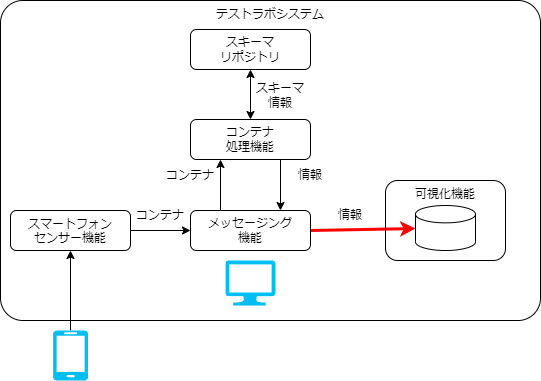
This is docs/testlab_system/environment/overview_target3.drawio.png from data-container-for-wearable-sensor/StartGuide, a draw.io export, as it was before one commit. Source tidied: cells renumbered, new cells last; positions are measured from the earlier drawing's top-left corner, leaving out a move shared by most shapes.
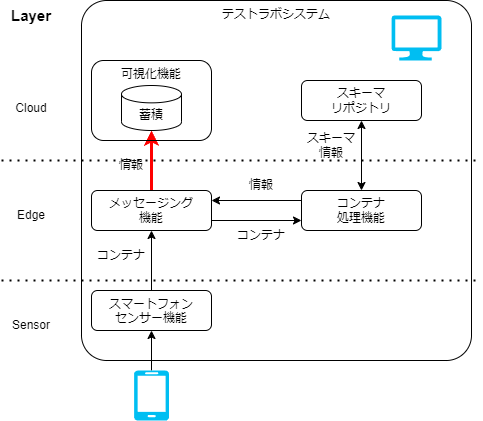
After the change.

Diff of the diagram source:
```diff
@@ -3,64 +3,88 @@
     <mxCell id="0" />
     <mxCell id="1" parent="0" />
     <mxCell id="2" value="テストラボシステム" style="rounded=1;whiteSpace=wrap;html=1;fillColor=none;align=center;verticalAlign=top;arcSize=7;" parent="1" vertex="1">
-      <mxGeometry width="540" height="320" as="geometry" />
+      <mxGeometry x="120" y="-20" width="390" height="360" as="geometry" />
     </mxCell>
-    <mxCell id="3" style="edgeStyle=none;html=1;exitX=1;exitY=0.5;exitDx=0;exitDy=0;strokeColor=#FF0000;strokeWidth=3;" parent="1" edge="1" source="6" target="21">
-      <mxGeometry relative="1" as="geometry" />
-    </mxCell>
+    <mxCell id="5" style="edgeStyle=none;html=1;" parent="1" edge="1" source="4" target="6">
+      <mxGeometry relative="1" as="geometry" />
+    </mxCell>
-    <mxCell id="4" value="&lt;span style=&quot;border-color: var(--border-color);&quot;&gt;スマートフォン&lt;/span&gt;&lt;br style=&quot;border-color: var(--border-color);&quot;&gt;&lt;span style=&quot;border-color: var(--border-color);&quot;&gt;センサー機能&lt;/span&gt;" style="rounded=1;whiteSpace=wrap;html=1;fillColor=none;verticalAlign=top;strokeColor=#000000;shadow=0;" parent="1" vertex="1">
-      <mxGeometry x="10" y="210" width="120" height="40" as="geometry" />
+    <mxCell id="4" value="&lt;span style=&quot;border-color: var(--border-color);&quot;&gt;スマートフォン&lt;/span&gt;&lt;br style=&quot;border-color: var(--border-color);&quot;&gt;&lt;span style=&quot;border-color: var(--border-color);&quot;&gt;センサー機能&lt;/span&gt;" style="rounded=1;whiteSpace=wrap;html=1;fillColor=none;verticalAlign=top;" parent="1" vertex="1">
+      <mxGeometry x="130" y="270" width="120" height="40" as="geometry" />
     </mxCell>
-    <mxCell id="5" style="edgeStyle=none;html=1;entryX=0;entryY=0.5;entryDx=0;entryDy=0;" parent="1" edge="1" source="4" target="6">
-      <mxGeometry relative="1" as="geometry" />
-    </mxCell>
+    <mxCell id="22" style="edgeStyle=none;html=1;strokeColor=#FF0000;strokeWidth=3;" parent="1" edge="1" source="6" target="25">
+      <mxGeometry relative="1" as="geometry" />
+    </mxCell>
-    <mxCell id="6" value="メッセージング&lt;br&gt;機能" style="rounded=1;whiteSpace=wrap;html=1;fillColor=none;strokeColor=#000000;shadow=0;" parent="1" vertex="1">
-      <mxGeometry x="190" y="210" width="120" height="40" as="geometry" />
+    <mxCell id="6" value="メッセージング&lt;br&gt;機能" style="rounded=1;whiteSpace=wrap;html=1;fillColor=none;" parent="1" vertex="1">
+      <mxGeometry x="130" y="170" width="120" height="40" as="geometry" />
     </mxCell>
     <mxCell id="7" value="コンテナ&lt;br&gt;処理機能" style="rounded=1;whiteSpace=wrap;html=1;fillColor=none;" parent="1" vertex="1">
-      <mxGeometry x="190" y="119" width="120" height="40" as="geometry" />
+      <mxGeometry x="340" y="170" width="120" height="40" as="geometry" />
     </mxCell>
-    <mxCell id="8" value="情報" style="text;html=1;strokeColor=none;fillColor=none;align=center;verticalAlign=middle;whiteSpace=wrap;rounded=0;" parent="1" vertex="1">
-      <mxGeometry x="320" y="200" width="60" height="30" as="geometry" />
-    </mxCell>
-    <mxCell id="9" value="コンテナ" style="text;html=1;strokeColor=none;fillColor=none;align=center;verticalAlign=middle;whiteSpace=wrap;rounded=0;" parent="1" vertex="1">
-      <mxGeometry x="130" y="200" width="60" height="30" as="geometry" />
-    </mxCell>
+    <mxCell id="23" value="情報" style="text;html=1;strokeColor=none;fillColor=none;align=center;verticalAlign=middle;whiteSpace=wrap;rounded=0;" parent="1" vertex="1">
+      <mxGeometry x="140" y="130" width="60" height="30" as="geometry" />
+    </mxCell>
+    <mxCell id="24" value="コンテナ" style="text;html=1;strokeColor=none;fillColor=none;align=center;verticalAlign=middle;whiteSpace=wrap;rounded=0;" parent="1" vertex="1">
+      <mxGeometry x="130" y="220" width="60" height="30" as="geometry" />
+    </mxCell>
-    <mxCell id="10" style="endArrow=classic;html=1;exitX=0.25;exitY=0;exitDx=0;exitDy=0;entryX=0.25;entryY=1;entryDx=0;entryDy=0;" parent="1" edge="1" source="6" target="7">
+    <mxCell id="10" style="endArrow=classic;html=1;exitX=1;exitY=0.75;exitDx=0;exitDy=0;entryX=0;entryY=0.75;entryDx=0;entryDy=0;" parent="1" edge="1" source="6" target="7">
       <mxGeometry relative="1" as="geometry" />
     </mxCell>
-    <mxCell id="11" style="endArrow=classic;html=1;exitX=0.75;exitY=1;exitDx=0;exitDy=0;entryX=0.75;entryY=0;entryDx=0;entryDy=0;" parent="1" edge="1" source="7" target="6">
+    <mxCell id="11" style="endArrow=classic;html=1;exitX=0;exitY=0.25;exitDx=0;exitDy=0;entryX=1;entryY=0.25;entryDx=0;entryDy=0;" parent="1" edge="1" source="7" target="6">
       <mxGeometry relative="1" as="geometry" />
     </mxCell>
     <mxCell id="12" value="スキーマ&lt;br&gt;リポジトリ" style="rounded=1;whiteSpace=wrap;html=1;fillColor=none;" parent="1" vertex="1">
-      <mxGeometry x="190" y="29" width="120" height="40" as="geometry" />
+      <mxGeometry x="340" y="60" width="120" height="40" as="geometry" />
     </mxCell>
-    <mxCell id="13" value="コンテナ" style="text;html=1;strokeColor=none;fillColor=none;align=center;verticalAlign=middle;whiteSpace=wrap;rounded=0;" parent="1" vertex="1">
-      <mxGeometry x="160" y="160" width="60" height="30" as="geometry" />
-    </mxCell>
-    <mxCell id="14" value="情報" style="text;html=1;strokeColor=none;fillColor=none;align=center;verticalAlign=middle;whiteSpace=wrap;rounded=0;" parent="1" vertex="1">
-      <mxGeometry x="280" y="160" width="60" height="30" as="geometry" />
-    </mxCell>
+    <mxCell id="25" value="蓄積" style="shape=cylinder3;whiteSpace=wrap;html=1;boundedLbl=1;backgroundOutline=1;size=8.676963806152344;" parent="1" vertex="1">
+      <mxGeometry x="160" y="65" width="60" height="45" as="geometry" />
+    </mxCell>
+    <mxCell id="26" value="コンテナ" style="text;html=1;strokeColor=none;fillColor=none;align=center;verticalAlign=middle;whiteSpace=wrap;rounded=0;" parent="1" vertex="1">
+      <mxGeometry x="270" y="200" width="60" height="30" as="geometry" />
+    </mxCell>
+    <mxCell id="27" value="情報" style="text;html=1;strokeColor=none;fillColor=none;align=center;verticalAlign=middle;whiteSpace=wrap;rounded=0;" parent="1" vertex="1">
+      <mxGeometry x="270" y="150" width="60" height="30" as="geometry" />
+    </mxCell>
     <mxCell id="15" value="スキーマ情報" style="text;html=1;strokeColor=none;fillColor=none;align=center;verticalAlign=middle;whiteSpace=wrap;rounded=0;" parent="1" vertex="1">
-      <mxGeometry x="250" y="80" width="60" height="30" as="geometry" />
+      <mxGeometry x="340" y="110" width="60" height="30" as="geometry" />
     </mxCell>
     <mxCell id="16" style="endArrow=classic;startArrow=classic;html=1;entryX=0.5;entryY=1;entryDx=0;entryDy=0;exitX=0.5;exitY=0;exitDx=0;exitDy=0;" parent="1" edge="1" source="7" target="12">
       <mxGeometry relative="1" as="geometry" />
     </mxCell>
-    <mxCell id="17" style="edgeStyle=none;html=1;" parent="1" edge="1" source="18" target="4">
-      <mxGeometry relative="1" as="geometry" />
-    </mxCell>
-    <mxCell id="18" style="verticalLabelPosition=bottom;html=1;verticalAlign=top;align=center;strokeColor=none;fillColor=#00BEF2;shape=mxgraph.azure.mobile;" parent="1" vertex="1">
-      <mxGeometry x="52.5" y="330" width="35" height="50" as="geometry" />
-    </mxCell>
-    <mxCell id="19" style="verticalLabelPosition=bottom;html=1;verticalAlign=top;align=center;strokeColor=none;fillColor=#00BEF2;shape=mxgraph.azure.computer;" parent="1" vertex="1">
-      <mxGeometry x="225" y="260" width="50" height="45" as="geometry" />
-    </mxCell>
+    <mxCell id="28" style="edgeStyle=none;html=1;" parent="1" edge="1" source="29" target="4">
+      <mxGeometry relative="1" as="geometry" />
+    </mxCell>
+    <mxCell id="29" style="verticalLabelPosition=bottom;html=1;verticalAlign=top;align=center;strokeColor=none;fillColor=#00BEF2;shape=mxgraph.azure.mobile;" parent="1" vertex="1">
+      <mxGeometry x="172.5" y="350" width="35" height="50" as="geometry" />
+    </mxCell>
+    <mxCell id="30" style="verticalLabelPosition=bottom;html=1;verticalAlign=top;align=center;strokeColor=none;fillColor=#00BEF2;shape=mxgraph.azure.computer;" parent="1" vertex="1">
+      <mxGeometry x="430" y="-5" width="50" height="45" as="geometry" />
+    </mxCell>
     <mxCell id="20" value="可視化機能" style="rounded=1;whiteSpace=wrap;html=1;fillColor=none;verticalAlign=top;" parent="1" vertex="1">
-      <mxGeometry x="385" y="180" width="120" height="80" as="geometry" />
+      <mxGeometry x="130" y="40" width="120" height="80" as="geometry" />
     </mxCell>
-    <mxCell id="21" style="shape=cylinder3;whiteSpace=wrap;html=1;boundedLbl=1;backgroundOutline=1;size=8.676963806152344;" parent="1" vertex="1">
-      <mxGeometry x="415" y="205" width="60" height="45" as="geometry" />
-    </mxCell>
+    <mxCell id="31" style="endArrow=none;dashed=1;html=1;dashPattern=1 3;strokeWidth=2;" parent="1" edge="1">
+      <mxGeometry relative="1" as="geometry">
+        <mxPoint x="40" y="140" as="sourcePoint" />
+        <mxPoint x="520" y="140" as="targetPoint" />
+      </mxGeometry>
+    </mxCell>
+    <mxCell id="32" style="endArrow=none;dashed=1;html=1;dashPattern=1 3;strokeWidth=2;" parent="1" edge="1">
+      <mxGeometry relative="1" as="geometry">
+        <mxPoint x="40" y="260" as="sourcePoint" />
+        <mxPoint x="520" y="260" as="targetPoint" />
+      </mxGeometry>
+    </mxCell>
+    <mxCell id="33" value="Cloud" style="text;html=1;strokeColor=none;fillColor=none;align=center;verticalAlign=middle;whiteSpace=wrap;rounded=0;" parent="1" vertex="1">
+      <mxGeometry x="40" y="72.5" width="60" height="30" as="geometry" />
+    </mxCell>
+    <mxCell id="34" value="Layer" style="text;html=1;strokeColor=none;fillColor=none;align=center;verticalAlign=middle;whiteSpace=wrap;rounded=0;fontStyle=1;fontSize=15;" parent="1" vertex="1">
+      <mxGeometry x="40" y="-20" width="60" height="30" as="geometry" />
+    </mxCell>
+    <mxCell id="35" value="Edge" style="text;html=1;strokeColor=none;fillColor=none;align=center;verticalAlign=middle;whiteSpace=wrap;rounded=0;" parent="1" vertex="1">
+      <mxGeometry x="40" y="180" width="60" height="30" as="geometry" />
+    </mxCell>
+    <mxCell id="36" value="Sensor" style="text;html=1;strokeColor=none;fillColor=none;align=center;verticalAlign=middle;whiteSpace=wrap;rounded=0;" parent="1" vertex="1">
+      <mxGeometry x="40" y="290" width="60" height="30" as="geometry" />
+    </mxCell>
   </root>
 </mxGraphModel>
```
